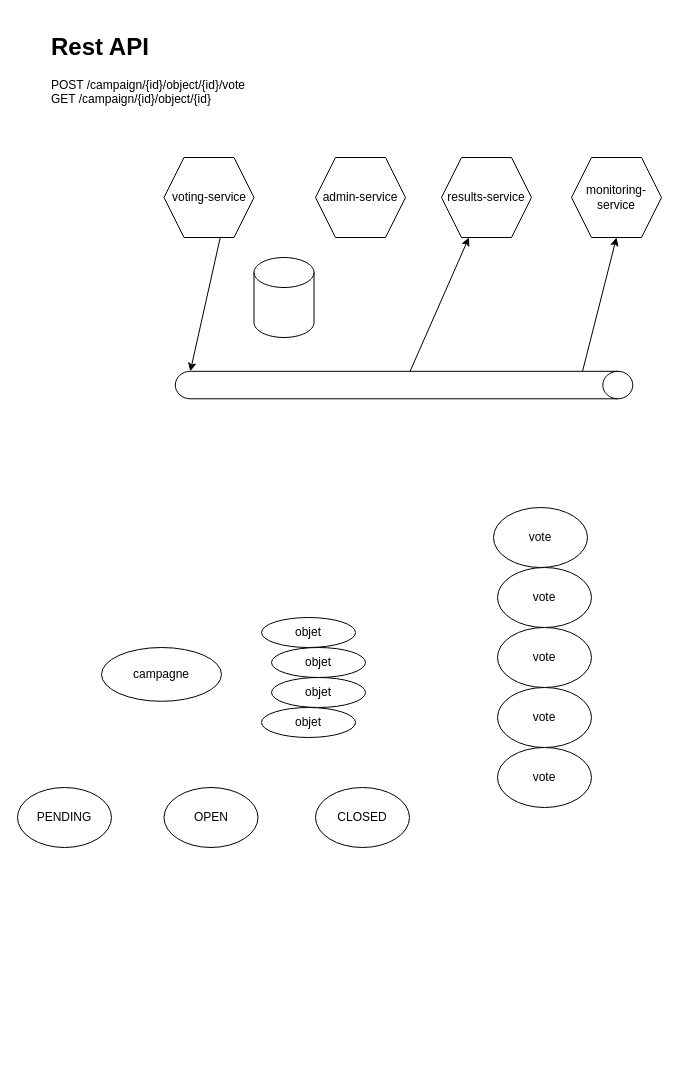
The draw.io diagram page "Page-1" (1 of 7) of documentation/voting-app.drawio in ylked/voting-app, before the edit. Source tidied: cells renumbered, new cells numbered last; positions are measured from the earlier drawing's top-left corner, leaving out a move shared by most shapes. Both pictures are drawn from the tidied source at 100%, with x=0, y=0 at pixel (17, 27).
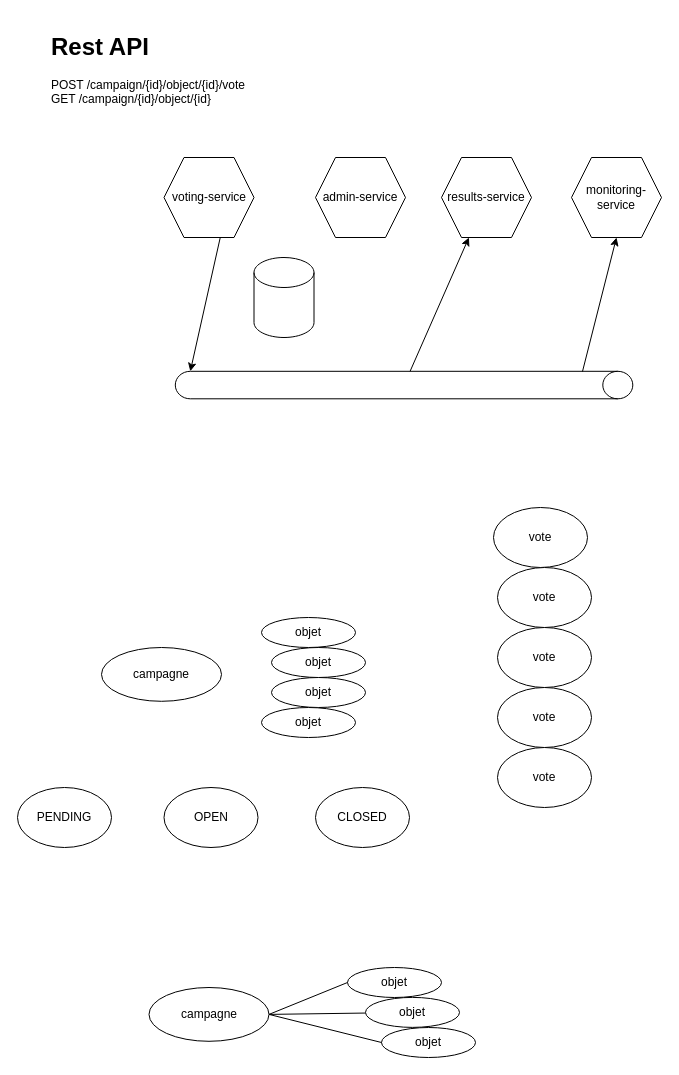
The same diagram, later.

Diff of the diagram source:
```diff
@@
+    <mxCell id="25" value="campagne" style="ellipse;whiteSpace=wrap;html=1;" parent="1" vertex="1">
+      <mxGeometry x="131.5" y="960" width="120" height="53.8" as="geometry" />
+    </mxCell>
+    <mxCell id="26" value="objet" style="ellipse;whiteSpace=wrap;html=1;" parent="1" vertex="1">
+      <mxGeometry x="330" y="940" width="94" height="30" as="geometry" />
+    </mxCell>
+    <mxCell id="27" value="objet" style="ellipse;whiteSpace=wrap;html=1;" parent="1" vertex="1">
+      <mxGeometry x="348" y="969.9" width="94" height="30" as="geometry" />
+    </mxCell>
+    <mxCell id="28" value="objet" style="ellipse;whiteSpace=wrap;html=1;" parent="1" vertex="1">
+      <mxGeometry x="364" y="1000" width="94" height="30" as="geometry" />
+    </mxCell>
+    <mxCell id="29" style="endArrow=none;html=1;rounded=0;exitX=1;exitY=0.5;exitDx=0;exitDy=0;entryX=0;entryY=0.5;entryDx=0;entryDy=0;" parent="1" edge="1" source="25" target="26">
+      <mxGeometry relative="1" as="geometry" />
+    </mxCell>
+    <mxCell id="30" style="endArrow=none;html=1;rounded=0;exitX=1;exitY=0.5;exitDx=0;exitDy=0;" parent="1" edge="1" source="25" target="27">
+      <mxGeometry relative="1" as="geometry" />
+    </mxCell>
+    <mxCell id="31" style="endArrow=none;html=1;rounded=0;exitX=1;exitY=0.5;exitDx=0;exitDy=0;entryX=0;entryY=0.5;entryDx=0;entryDy=0;" parent="1" edge="1" source="25" target="28">
+      <mxGeometry relative="1" as="geometry" />
+    </mxCell>
```
